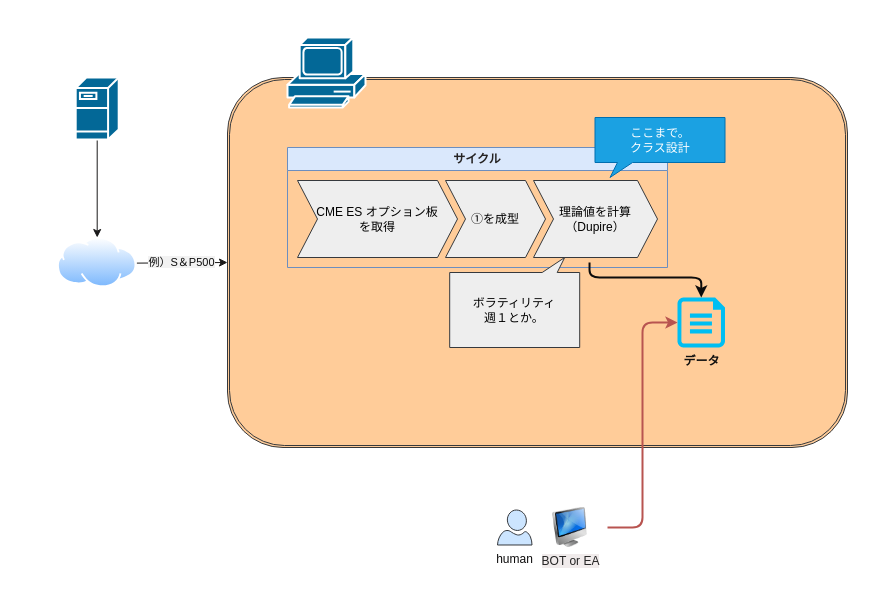
Earlier version of the draw.io diagram img/全体像.drawio (aoi7110/DupireLocalVolatility). Source tidied: cells renumbered, new cells numbered last; positions are measured from the earlier drawing's top-left corner, leaving out a move shared by most shapes. Both pictures are drawn from the tidied source at 100%, with x=0, y=0 at pixel (57, 37).
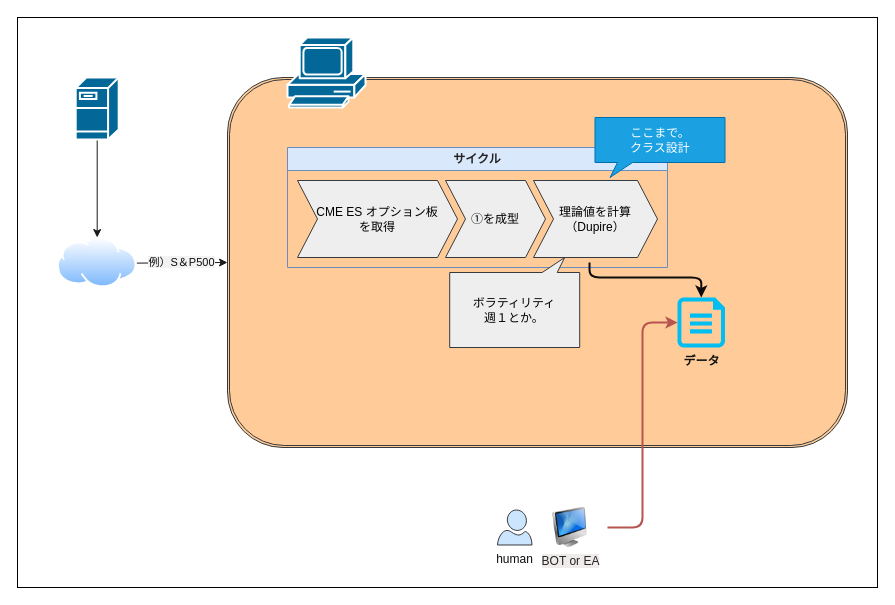
Above is the later version.

The edit, as a diff of the source:
```diff
@@
+    <mxCell id="19" style="rounded=0;whiteSpace=wrap;html=1;" parent="1" vertex="1">
+      <mxGeometry x="-40" y="-20" width="860" height="570" as="geometry" />
+    </mxCell>
```
